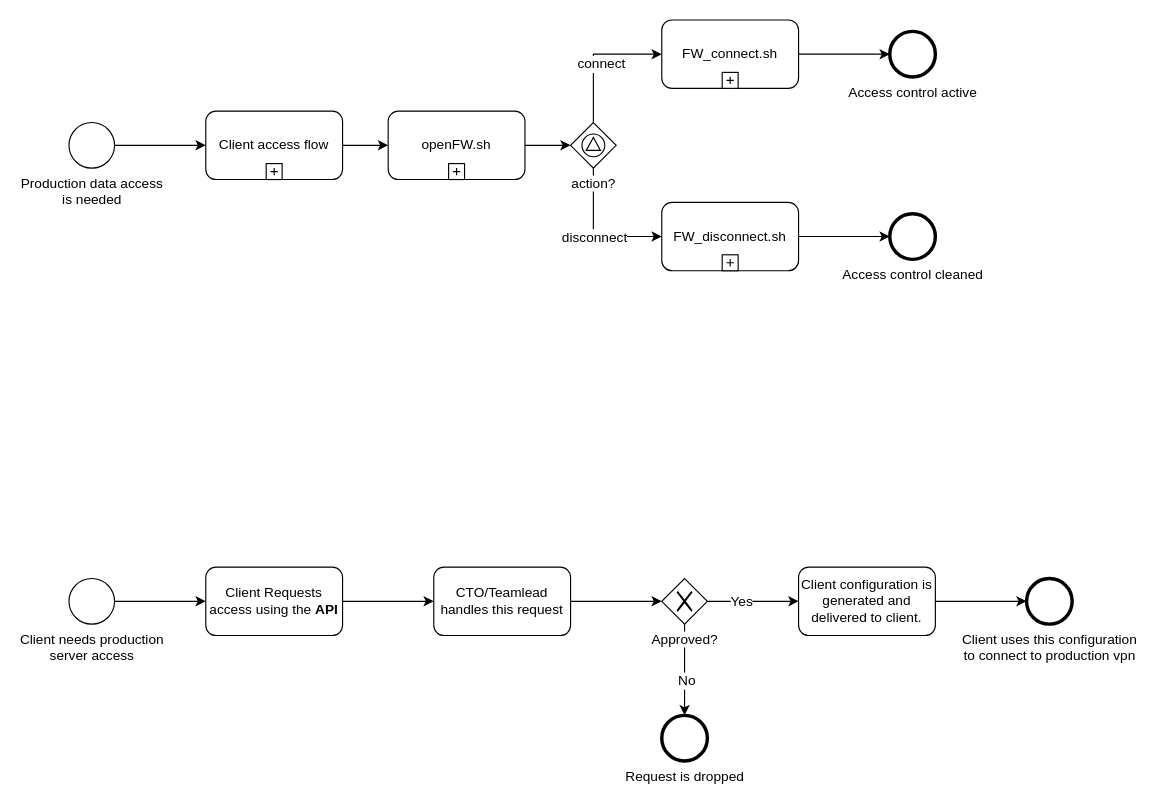
Earlier version of the draw.io diagram page "Overall new" (2 of 7) of OVPN Flow.drawio (GlennDeSmedt/GlennDeSmedt.github.io). Source tidied: cells renumbered, new cells numbered last; positions are measured from the earlier drawing's top-left corner, leaving out a move shared by most shapes. Both pictures are drawn from the tidied source at 114%, with x=0, y=0 at pixel (68, 19).
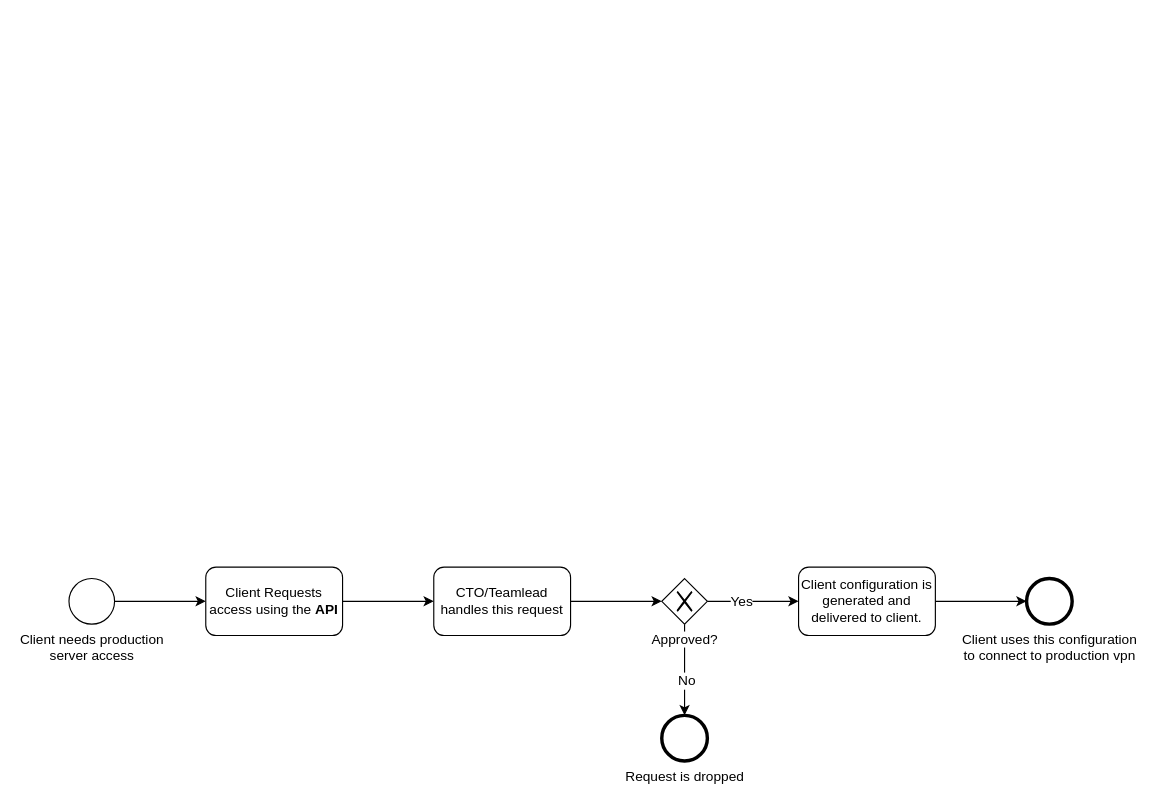
Above is the later version.

The edit, as a diff of the source:
```diff
@@
-    <mxCell id="2" style="edgeStyle=orthogonalEdgeStyle;rounded=0;jettySize=auto;html=1;entryX=0;entryY=0.5;entryDx=0;entryDy=0;" parent="1" edge="1" source="3" target="6">
-      <mxGeometry relative="1" as="geometry" />
-    </mxCell>
-    <mxCell id="3" value="Client access flow" style="html=1;whiteSpace=wrap;rounded=1;" parent="1" vertex="1">
-      <mxGeometry x="120" y="80" width="120" height="60" as="geometry" />
-    </mxCell>
-    <mxCell id="4" style="html=1;shape=plus;" parent="3" vertex="1">
-      <mxGeometry x="0.5" y="1" width="14" height="14" relative="1" as="geometry">
-        <mxPoint x="-7" y="-14" as="offset" />
-      </mxGeometry>
-    </mxCell>
-    <mxCell id="5" style="edgeStyle=orthogonalEdgeStyle;rounded=0;jettySize=auto;html=1;" parent="1" edge="1" source="6">
-      <mxGeometry relative="1" as="geometry">
-        <mxPoint x="440" y="110" as="targetPoint" />
-      </mxGeometry>
-    </mxCell>
-    <mxCell id="6" value="openFW.sh" style="html=1;whiteSpace=wrap;rounded=1;" parent="1" vertex="1">
-      <mxGeometry x="280" y="80" width="120" height="60" as="geometry" />
-    </mxCell>
-    <mxCell id="7" style="html=1;shape=plus;" parent="6" vertex="1">
-      <mxGeometry x="0.5" y="1" width="14" height="14" relative="1" as="geometry">
-        <mxPoint x="-7" y="-14" as="offset" />
-      </mxGeometry>
-    </mxCell>
-    <mxCell id="8" style="edgeStyle=orthogonalEdgeStyle;rounded=0;jettySize=auto;html=1;" parent="1" edge="1" source="9" target="3">
-      <mxGeometry relative="1" as="geometry" />
-    </mxCell>
-    <mxCell id="9" value="Production data access&lt;br&gt;is needed&lt;br&gt;" style="shape=mxgraph.bpmn.shape;html=1;verticalLabelPosition=bottom;labelBackgroundColor=#ffffff;verticalAlign=top;align=center;perimeter=ellipsePerimeter;outlineConnect=0;outline=standard;symbol=general;" parent="1" vertex="1">
-      <mxGeometry y="90" width="40" height="40" as="geometry" />
-    </mxCell>
-    <mxCell id="10" style="edgeStyle=orthogonalEdgeStyle;rounded=0;jettySize=auto;html=1;" parent="1" edge="1" source="11" target="21">
-      <mxGeometry relative="1" as="geometry" />
-    </mxCell>
-    <mxCell id="11" value="FW_disconnect.sh" style="html=1;whiteSpace=wrap;rounded=1;" parent="1" vertex="1">
-      <mxGeometry x="520" y="160" width="120" height="60" as="geometry" />
-    </mxCell>
-    <mxCell id="12" style="html=1;shape=plus;" parent="11" vertex="1">
-      <mxGeometry x="0.5" y="1" width="14" height="14" relative="1" as="geometry">
-        <mxPoint x="-7" y="-14" as="offset" />
-      </mxGeometry>
-    </mxCell>
-    <mxCell id="13" style="edgeStyle=orthogonalEdgeStyle;rounded=0;jettySize=auto;html=1;" parent="1" edge="1" source="14" target="22">
-      <mxGeometry relative="1" as="geometry" />
-    </mxCell>
-    <mxCell id="14" value="FW_connect.sh" style="html=1;whiteSpace=wrap;rounded=1;" parent="1" vertex="1">
-      <mxGeometry x="520" width="120" height="60" as="geometry" />
-    </mxCell>
-    <mxCell id="15" style="html=1;shape=plus;" parent="14" vertex="1">
-      <mxGeometry x="0.5" y="1" width="14" height="14" relative="1" as="geometry">
-        <mxPoint x="-7" y="-14" as="offset" />
-      </mxGeometry>
-    </mxCell>
-    <mxCell id="16" style="edgeStyle=orthogonalEdgeStyle;rounded=0;jettySize=auto;html=1;entryX=0;entryY=0.5;entryDx=0;entryDy=0;exitX=0.5;exitY=0;exitDx=0;exitDy=0;" parent="1" edge="1" source="20" target="14">
-      <mxGeometry relative="1" as="geometry" />
-    </mxCell>
-    <mxCell id="17" value="connect" style="text;html=1;align=center;verticalAlign=middle;labelBackgroundColor=#ffffff;" parent="16" vertex="1">
-      <mxGeometry x="-0.13" y="-6" relative="1" as="geometry" />
-    </mxCell>
-    <mxCell id="18" style="edgeStyle=orthogonalEdgeStyle;rounded=0;jettySize=auto;html=1;entryX=0;entryY=0.5;entryDx=0;entryDy=0;exitX=0.5;exitY=1;exitDx=0;exitDy=0;" parent="1" edge="1" source="20" target="11">
-      <mxGeometry relative="1" as="geometry" />
-    </mxCell>
-    <mxCell id="19" value="disconnect" style="text;html=1;align=center;verticalAlign=middle;labelBackgroundColor=#ffffff;" parent="18" vertex="1">
-      <mxGeometry y="16" relative="1" as="geometry">
-        <mxPoint y="16" as="offset" />
-      </mxGeometry>
-    </mxCell>
-    <mxCell id="20" value="action?" style="shape=mxgraph.bpmn.shape;html=1;verticalLabelPosition=bottom;labelBackgroundColor=#ffffff;verticalAlign=top;align=center;perimeter=rhombusPerimeter;background=gateway;outlineConnect=0;outline=standard;symbol=signal;" parent="1" vertex="1">
-      <mxGeometry x="440" y="90" width="40" height="40" as="geometry" />
-    </mxCell>
-    <mxCell id="21" value="Access control cleaned" style="shape=mxgraph.bpmn.shape;html=1;verticalLabelPosition=bottom;labelBackgroundColor=#ffffff;verticalAlign=top;align=center;perimeter=ellipsePerimeter;outlineConnect=0;outline=end;symbol=general;" parent="1" vertex="1">
-      <mxGeometry x="720" y="170" width="40" height="40" as="geometry" />
-    </mxCell>
-    <mxCell id="22" value="Access control active" style="shape=mxgraph.bpmn.shape;html=1;verticalLabelPosition=bottom;labelBackgroundColor=#ffffff;verticalAlign=top;align=center;perimeter=ellipsePerimeter;outlineConnect=0;outline=end;symbol=general;" parent="1" vertex="1">
-      <mxGeometry x="720" y="10" width="40" height="40" as="geometry" />
-    </mxCell>
```
